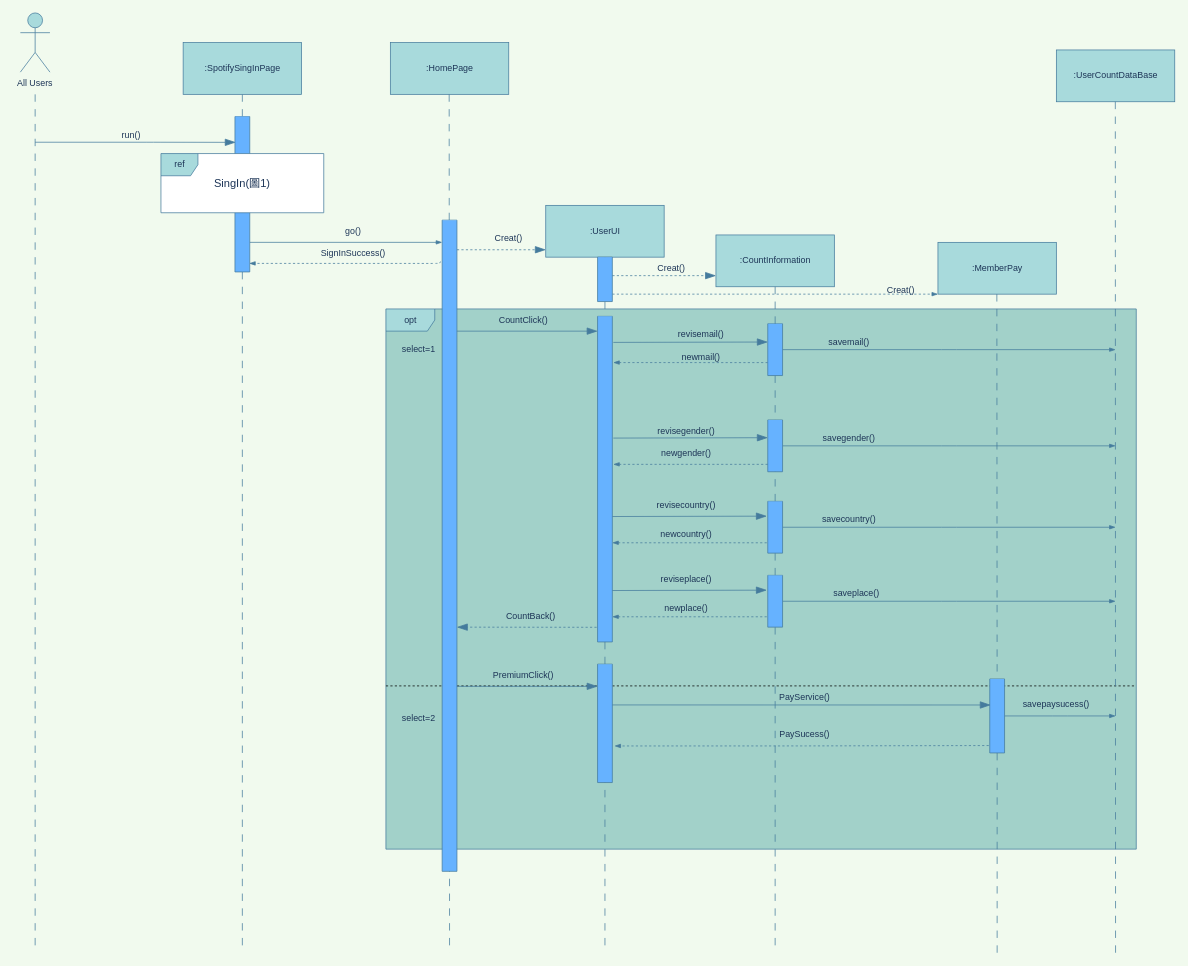
This is page "Home(圖10)" (3 of 10) of Sequential diagram.drawio from 35596035/End-of-period-project, a draw.io file, before an edit. Source tidied: cells renumbered, new cells numbered last; positions are measured from the earlier drawing's top-left corner, leaving out a move shared by most shapes. Both pictures are drawn from the tidied source at 74%, with x=0, y=0 at pixel (13, 13).
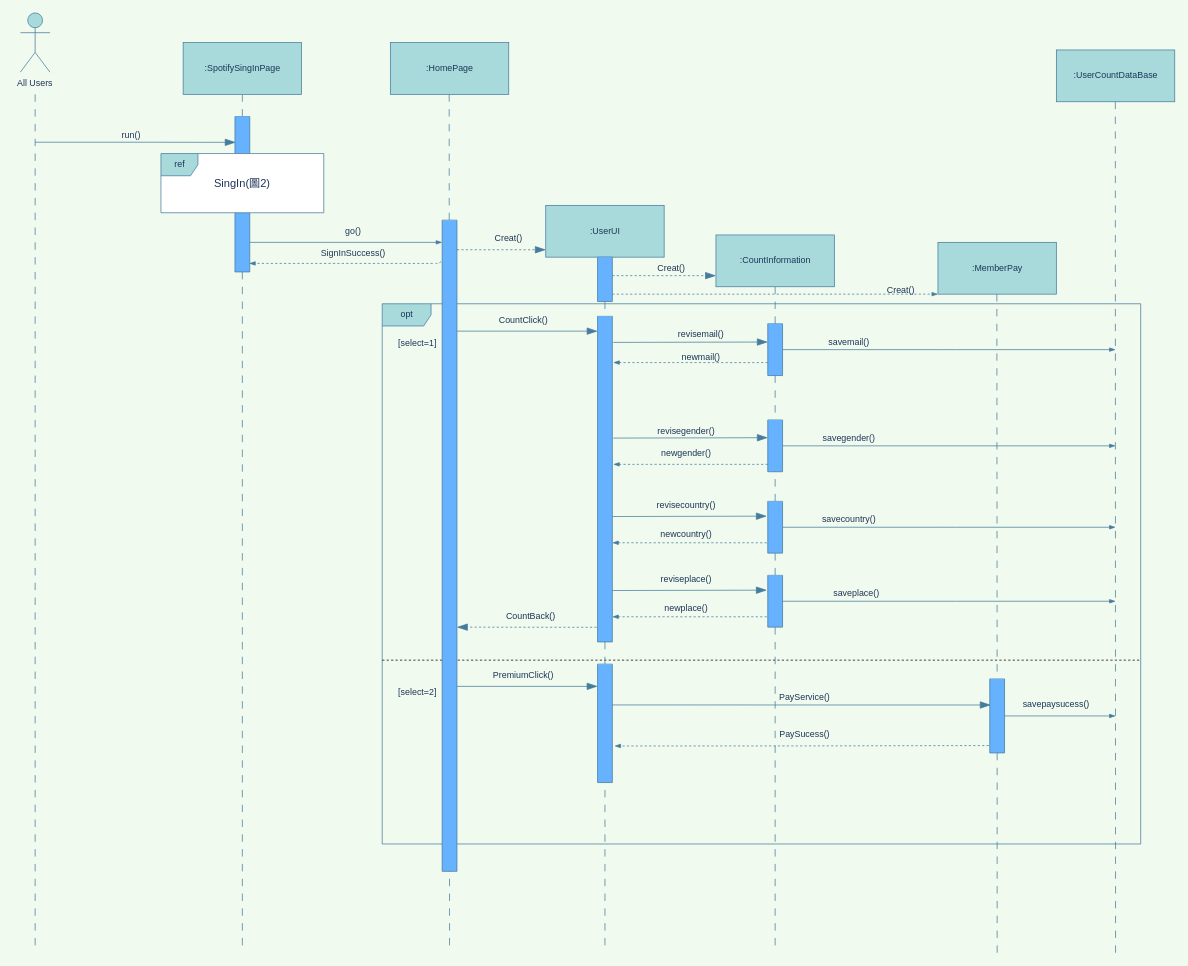
Above is the later version.

What changed in the source:
```diff
@@
-    <mxCell id="2" value="opt" style="shape=umlFrame;tabWidth=110;tabHeight=30;tabPosition=left;html=1;boundedLbl=1;labelInHeader=1;width=66;height=30;rounded=0;sketch=0;fontColor=#1D3557;strokeColor=#457B9D;fillColor=#A8DADC;swimlaneFillColor=#A2D1C9;" parent="1" vertex="1">
-      <mxGeometry x="504" y="400" width="1014" height="730" as="geometry" />
+    <mxCell id="2" value="opt" style="shape=umlFrame;tabWidth=110;tabHeight=30;tabPosition=left;html=1;boundedLbl=1;labelInHeader=1;width=66;height=30;rounded=0;sketch=0;fontColor=#1D3557;strokeColor=#457B9D;fillColor=#A8DADC;swimlaneFillColor=none;" parent="1" vertex="1">
+      <mxGeometry x="499" y="393" width="1025" height="730" as="geometry" />
     </mxCell>
-    <mxCell id="3" value="select=1" style="text;rounded=0;sketch=0;fontColor=#1D3557;strokeColor=none;fillColor=none;" parent="2" vertex="1">
+    <mxCell id="3" value="[select=1]" style="text;rounded=0;sketch=0;fontColor=#1D3557;strokeColor=none;fillColor=none;" parent="2" vertex="1">
       <mxGeometry width="100" height="20" relative="1" as="geometry">
         <mxPoint x="20" y="40" as="offset" />
       </mxGeometry>
     </mxCell>
-    <mxCell id="4" value="select=2" style="line;strokeWidth=1;dashed=1;labelPosition=center;verticalLabelPosition=bottom;align=left;verticalAlign=top;spacingLeft=20;spacingTop=15;rounded=0;sketch=0;fontColor=#1D3557;fillColor=#A8DADC;labelBackgroundColor=none;" parent="2" vertex="1">
-      <mxGeometry y="494.8" width="1014" height="29.2" as="geometry" />
+    <mxCell id="4" value="[select=2]" style="line;strokeWidth=1;dashed=1;labelPosition=center;verticalLabelPosition=bottom;align=left;verticalAlign=top;spacingLeft=20;spacingTop=15;rounded=0;sketch=0;fontColor=#1D3557;fillColor=#A8DADC;labelBackgroundColor=none;" parent="2" vertex="1">
+      <mxGeometry y="467" width="1025" height="29.2" as="geometry" />
     </mxCell>
@@
-    <mxCell id="14" value="SingIn(圖1)" style="text;html=1;strokeColor=none;fillColor=none;align=center;verticalAlign=middle;whiteSpace=wrap;rounded=0;sketch=0;fontColor=#1D3557;fontSize=15;" parent="1" vertex="1">
+    <mxCell id="14" value="SingIn(圖2)" style="text;html=1;strokeColor=none;fillColor=none;align=center;verticalAlign=middle;whiteSpace=wrap;rounded=0;sketch=0;fontColor=#1D3557;fontSize=15;" parent="1" vertex="1">
       <mxGeometry x="265" y="210" width="90" height="40" as="geometry" />
     </mxCell>
```
